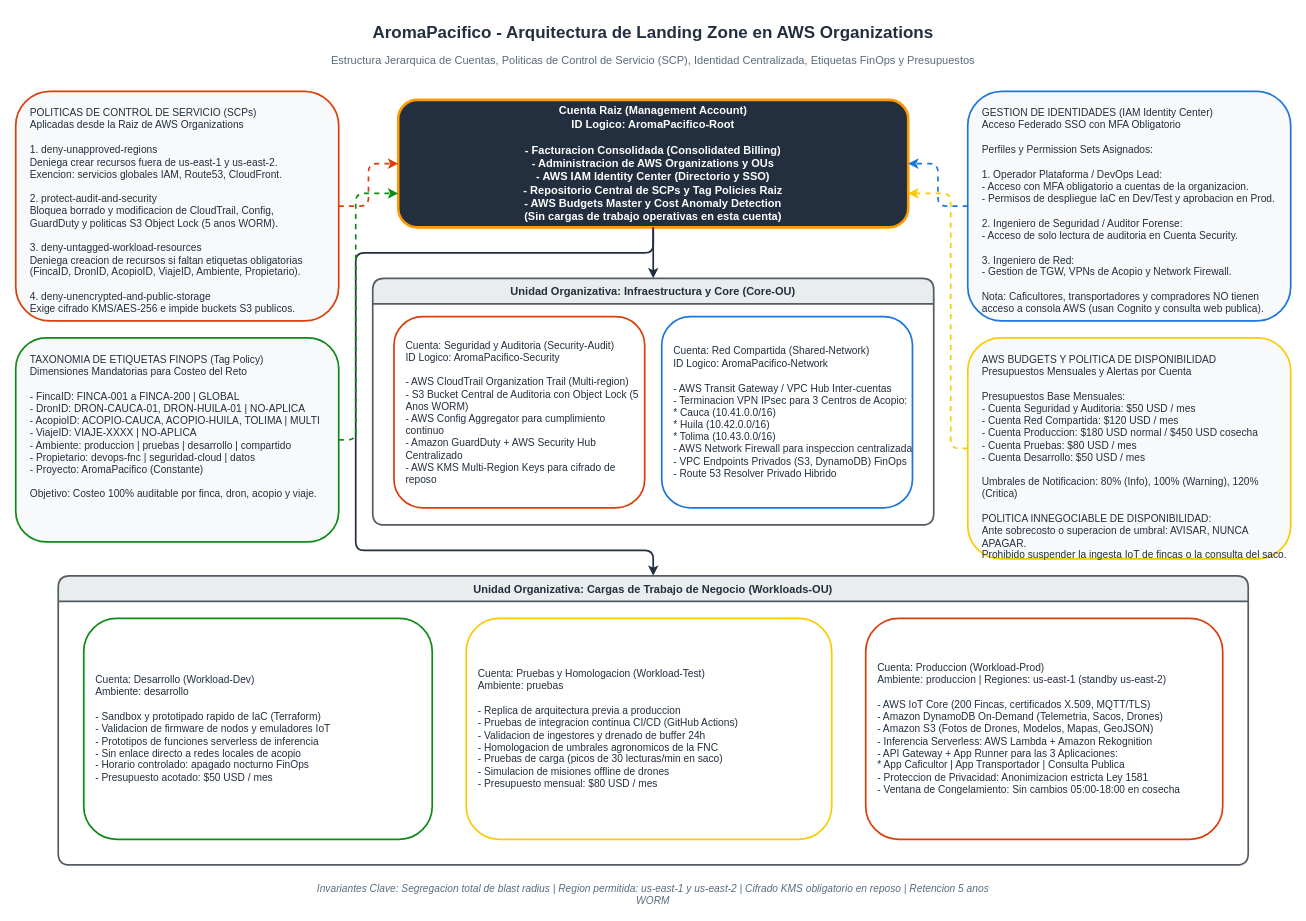
Earlier version of the draw.io diagram docs/architecture/diagrams/gobierno-landing-zone.drawio (aromapacifico-platform/planning). Source tidied: cells renumbered, new cells numbered last; positions are measured from the earlier drawing's top-left corner, leaving out a move shared by most shapes. Both pictures are drawn from the tidied source at 85%, with x=0, y=0 at pixel (15, 14).
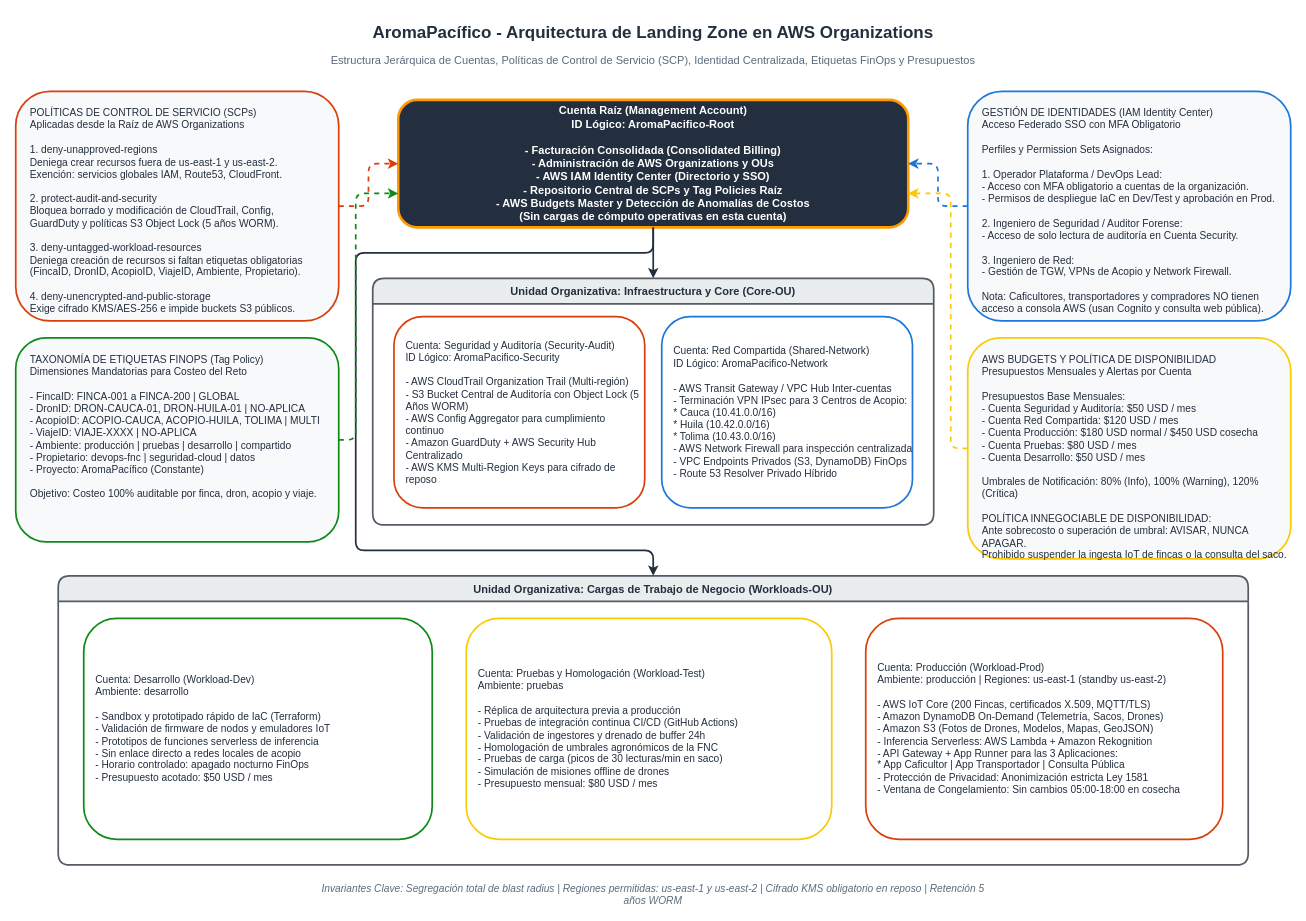
The same page after the edit.

Commit message (it also covers changes not shown here):
docs(architecture): fix orthography and accents in landing zone docs

The change refers to these unchanged cells:
```xml
<mxCell id="9" value="Unidad Organizativa: Infraestructura y Core (Core-OU)" style="swimlane;startSize=30;horizontal=1;fillColor=#EAEDED;strokeColor=#545B64;strokeWidth=2;rounded=1;fontSize=13;fontStyle=1;fontColor=#232F3E;" parent="1" vertex="1">
  <mxGeometry x="420" y="310" width="660" height="290" as="geometry" />
</mxCell>
<mxCell id="12" value="Unidad Organizativa: Cargas de Trabajo de Negocio (Workloads-OU)" style="swimlane;startSize=30;horizontal=1;fillColor=#EAEDED;strokeColor=#545B64;strokeWidth=2;rounded=1;fontSize=13;fontStyle=1;fontColor=#232F3E;" parent="1" vertex="1">
  <mxGeometry x="50" y="660" width="1400" height="340" as="geometry" />
</mxCell>
```

What changed in the source:
```diff
@@
-    <mxCell id="2" value="AromaPacifico - Arquitectura de Landing Zone en AWS Organizations" style="text;html=1;strokeColor=none;fillColor=none;align=center;verticalAlign=middle;whiteSpace=wrap;rounded=0;fontSize=20;fontStyle=1;fontColor=#232F3E;" parent="1" vertex="1">
+    <mxCell id="2" value="AromaPacífico - Arquitectura de Landing Zone en AWS Organizations" style="text;html=1;strokeColor=none;fillColor=none;align=center;verticalAlign=middle;whiteSpace=wrap;rounded=0;fontSize=20;fontStyle=1;fontColor=#232F3E;" parent="1" vertex="1">
       <mxGeometry x="300" width="900" height="40" as="geometry" />
     </mxCell>
-    <mxCell id="3" value="Estructura Jerarquica de Cuentas, Politicas de Control de Servicio (SCP), Identidad Centralizada, Etiquetas FinOps y Presupuestos" style="text;html=1;strokeColor=none;fillColor=none;align=center;verticalAlign=middle;whiteSpace=wrap;rounded=0;fontSize=13;fontStyle=0;fontColor=#5A6B7C;" parent="1" vertex="1">
+    <mxCell id="3" value="Estructura Jerárquica de Cuentas, Políticas de Control de Servicio (SCP), Identidad Centralizada, Etiquetas FinOps y Presupuestos" style="text;html=1;strokeColor=none;fillColor=none;align=center;verticalAlign=middle;whiteSpace=wrap;rounded=0;fontSize=13;fontStyle=0;fontColor=#5A6B7C;" parent="1" vertex="1">
       <mxGeometry x="300" y="40" width="900" height="25" as="geometry" />
     </mxCell>
-    <mxCell id="4" value="POLITICAS DE CONTROL DE SERVICIO (SCPs)&#10;Aplicadas desde la Raiz de AWS Organizations&#10;&#10;1. deny-unapproved-regions&#10;   Deniega crear recursos fuera de us-east-1 y us-east-2.&#10;   Exencion: servicios globales IAM, Route53, CloudFront.&#10;&#10;2. protect-audit-and-security&#10;   Bloquea borrado y modificacion de CloudTrail, Config,&#10;   GuardDuty y politicas S3 Object Lock (5 anos WORM).&#10;&#10;3. deny-untagged-workload-resources&#10;   Deniega creacion de recursos si faltan etiquetas obligatorias&#10;   (FincaID, DronID, AcopioID, ViajeID, Ambiente, Propietario).&#10;&#10;4. deny-unencrypted-and-public-storage&#10;   Exige cifrado KMS/AES-256 e impide buckets S3 publicos." style="rounded=1;whiteSpace=wrap;html=1;fillColor=#F8F9FA;strokeColor=#D93F0B;strokeWidth=2;align=left;verticalAlign=top;spacingLeft=15;spacingTop=12;fontSize=12;fontColor=#232F3E;" parent="1" vertex="1">
+    <mxCell id="4" value="POLÍTICAS DE CONTROL DE SERVICIO (SCPs)&#10;Aplicadas desde la Raíz de AWS Organizations&#10;&#10;1. deny-unapproved-regions&#10;   Deniega crear recursos fuera de us-east-1 y us-east-2.&#10;   Exención: servicios globales IAM, Route53, CloudFront.&#10;&#10;2. protect-audit-and-security&#10;   Bloquea borrado y modificación de CloudTrail, Config,&#10;   GuardDuty y políticas S3 Object Lock (5 años WORM).&#10;&#10;3. deny-untagged-workload-resources&#10;   Deniega creación de recursos si faltan etiquetas obligatorias&#10;   (FincaID, DronID, AcopioID, ViajeID, Ambiente, Propietario).&#10;&#10;4. deny-unencrypted-and-public-storage&#10;   Exige cifrado KMS/AES-256 e impide buckets S3 públicos." style="rounded=1;whiteSpace=wrap;html=1;fillColor=#F8F9FA;strokeColor=#D93F0B;strokeWidth=2;align=left;verticalAlign=top;spacingLeft=15;spacingTop=12;fontSize=12;fontColor=#232F3E;" parent="1" vertex="1">
       <mxGeometry y="90" width="380" height="270" as="geometry" />
     </mxCell>
-    <mxCell id="5" value="TAXONOMIA DE ETIQUETAS FINOPS (Tag Policy)&#10;Dimensiones Mandatorias para Costeo del Reto&#10;&#10;- FincaID: FINCA-001 a FINCA-200 | GLOBAL&#10;- DronID: DRON-CAUCA-01, DRON-HUILA-01 | NO-APLICA&#10;- AcopioID: ACOPIO-CAUCA, ACOPIO-HUILA, TOLIMA | MULTI&#10;- ViajeID: VIAJE-XXXX | NO-APLICA&#10;- Ambiente: produccion | pruebas | desarrollo | compartido&#10;- Propietario: devops-fnc | seguridad-cloud | datos&#10;- Proyecto: AromaPacifico (Constante)&#10;&#10;Objetivo: Costeo 100% auditable por finca, dron, acopio y viaje." style="rounded=1;whiteSpace=wrap;html=1;fillColor=#F8F9FA;strokeColor=#0E8A16;strokeWidth=2;align=left;verticalAlign=top;spacingLeft=15;spacingTop=12;fontSize=12;fontColor=#232F3E;" parent="1" vertex="1">
+    <mxCell id="5" value="TAXONOMÍA DE ETIQUETAS FINOPS (Tag Policy)&#10;Dimensiones Mandatorias para Costeo del Reto&#10;&#10;- FincaID: FINCA-001 a FINCA-200 | GLOBAL&#10;- DronID: DRON-CAUCA-01, DRON-HUILA-01 | NO-APLICA&#10;- AcopioID: ACOPIO-CAUCA, ACOPIO-HUILA, TOLIMA | MULTI&#10;- ViajeID: VIAJE-XXXX | NO-APLICA&#10;- Ambiente: producción | pruebas | desarrollo | compartido&#10;- Propietario: devops-fnc | seguridad-cloud | datos&#10;- Proyecto: AromaPacífico (Constante)&#10;&#10;Objetivo: Costeo 100% auditable por finca, dron, acopio y viaje." style="rounded=1;whiteSpace=wrap;html=1;fillColor=#F8F9FA;strokeColor=#0E8A16;strokeWidth=2;align=left;verticalAlign=top;spacingLeft=15;spacingTop=12;fontSize=12;fontColor=#232F3E;" parent="1" vertex="1">
       <mxGeometry y="380" width="380" height="240" as="geometry" />
     </mxCell>
-    <mxCell id="6" value="GESTION DE IDENTIDADES (IAM Identity Center)&#10;Acceso Federado SSO con MFA Obligatorio&#10;&#10;Perfiles y Permission Sets Asignados:&#10;&#10;1. Operador Plataforma / DevOps Lead:&#10;   - Acceso con MFA obligatorio a cuentas de la organizacion.&#10;   - Permisos de despliegue IaC en Dev/Test y aprobacion en Prod.&#10;&#10;2. Ingeniero de Seguridad / Auditor Forense:&#10;   - Acceso de solo lectura de auditoria en Cuenta Security.&#10;&#10;3. Ingeniero de Red:&#10;   - Gestion de TGW, VPNs de Acopio y Network Firewall.&#10;&#10;Nota: Caficultores, transportadores y compradores NO tienen&#10;acceso a consola AWS (usan Cognito y consulta web publica)." style="rounded=1;whiteSpace=wrap;html=1;fillColor=#F8F9FA;strokeColor=#1D76DB;strokeWidth=2;align=left;verticalAlign=top;spacingLeft=15;spacingTop=12;fontSize=12;fontColor=#232F3E;" parent="1" vertex="1">
+    <mxCell id="6" value="GESTIÓN DE IDENTIDADES (IAM Identity Center)&#10;Acceso Federado SSO con MFA Obligatorio&#10;&#10;Perfiles y Permission Sets Asignados:&#10;&#10;1. Operador Plataforma / DevOps Lead:&#10;   - Acceso con MFA obligatorio a cuentas de la organización.&#10;   - Permisos de despliegue IaC en Dev/Test y aprobación en Prod.&#10;&#10;2. Ingeniero de Seguridad / Auditor Forense:&#10;   - Acceso de solo lectura de auditoría en Cuenta Security.&#10;&#10;3. Ingeniero de Red:&#10;   - Gestión de TGW, VPNs de Acopio y Network Firewall.&#10;&#10;Nota: Caficultores, transportadores y compradores NO tienen&#10;acceso a consola AWS (usan Cognito y consulta web pública)." style="rounded=1;whiteSpace=wrap;html=1;fillColor=#F8F9FA;strokeColor=#1D76DB;strokeWidth=2;align=left;verticalAlign=top;spacingLeft=15;spacingTop=12;fontSize=12;fontColor=#232F3E;" parent="1" vertex="1">
       <mxGeometry x="1120" y="90" width="380" height="270" as="geometry" />
     </mxCell>
-    <mxCell id="7" value="AWS BUDGETS Y POLITICA DE DISPONIBILIDAD&#10;Presupuestos Mensuales y Alertas por Cuenta&#10;&#10;Presupuestos Base Mensuales:&#10;- Cuenta Seguridad y Auditoria: $50 USD / mes&#10;- Cuenta Red Compartida: $120 USD / mes&#10;- Cuenta Produccion: $180 USD normal / $450 USD cosecha&#10;- Cuenta Pruebas: $80 USD / mes&#10;- Cuenta Desarrollo: $50 USD / mes&#10;&#10;Umbrales de Notificacion: 80% (Info), 100% (Warning), 120% (Critica)&#10;&#10;POLITICA INNEGOCIABLE DE DISPONIBILIDAD:&#10;Ante sobrecosto o superacion de umbral: AVISAR, NUNCA APAGAR.&#10;Prohibido suspender la ingesta IoT de fincas o la consulta del saco." style="rounded=1;whiteSpace=wrap;html=1;fillColor=#F8F9FA;strokeColor=#FBCA04;strokeWidth=2;align=left;verticalAlign=top;spacingLeft=15;spacingTop=12;fontSize=12;fontColor=#232F3E;" parent="1" vertex="1">
+    <mxCell id="7" value="AWS BUDGETS Y POLÍTICA DE DISPONIBILIDAD&#10;Presupuestos Mensuales y Alertas por Cuenta&#10;&#10;Presupuestos Base Mensuales:&#10;- Cuenta Seguridad y Auditoría: $50 USD / mes&#10;- Cuenta Red Compartida: $120 USD / mes&#10;- Cuenta Producción: $180 USD normal / $450 USD cosecha&#10;- Cuenta Pruebas: $80 USD / mes&#10;- Cuenta Desarrollo: $50 USD / mes&#10;&#10;Umbrales de Notificación: 80% (Info), 100% (Warning), 120% (Crítica)&#10;&#10;POLÍTICA INNEGOCIABLE DE DISPONIBILIDAD:&#10;Ante sobrecosto o superación de umbral: AVISAR, NUNCA APAGAR.&#10;Prohibido suspender la ingesta IoT de fincas o la consulta del saco." style="rounded=1;whiteSpace=wrap;html=1;fillColor=#F8F9FA;strokeColor=#FBCA04;strokeWidth=2;align=left;verticalAlign=top;spacingLeft=15;spacingTop=12;fontSize=12;fontColor=#232F3E;" parent="1" vertex="1">
       <mxGeometry x="1120" y="380" width="380" height="260" as="geometry" />
     </mxCell>
-    <mxCell id="8" value="Cuenta Raiz (Management Account)&#10;ID Logico: AromaPacifico-Root&#10;&#10;- Facturacion Consolidada (Consolidated Billing)&#10;- Administracion de AWS Organizations y OUs&#10;- AWS IAM Identity Center (Directorio y SSO)&#10;- Repositorio Central de SCPs y Tag Policies Raiz&#10;- AWS Budgets Master y Cost Anomaly Detection&#10;(Sin cargas de trabajo operativas en esta cuenta)" style="rounded=1;whiteSpace=wrap;html=1;fillColor=#232F3E;strokeColor=#FF9900;strokeWidth=3;fontColor=#FFFFFF;fontSize=13;fontStyle=1;align=center;verticalAlign=middle;" parent="1" vertex="1">
+    <mxCell id="8" value="Cuenta Raíz (Management Account)&#10;ID Lógico: AromaPacifico-Root&#10;&#10;- Facturación Consolidada (Consolidated Billing)&#10;- Administración de AWS Organizations y OUs&#10;- AWS IAM Identity Center (Directorio y SSO)&#10;- Repositorio Central de SCPs y Tag Policies Raíz&#10;- AWS Budgets Master y Detección de Anomalías de Costos&#10;(Sin cargas de cómputo operativas en esta cuenta)" style="rounded=1;whiteSpace=wrap;html=1;fillColor=#232F3E;strokeColor=#FF9900;strokeWidth=3;fontColor=#FFFFFF;fontSize=13;fontStyle=1;align=center;verticalAlign=middle;" parent="1" vertex="1">
       <mxGeometry x="450" y="100" width="600" height="150" as="geometry" />
     </mxCell>
@@
-    <mxCell id="10" value="Cuenta: Seguridad y Auditoria (Security-Audit)&#10;ID Logico: AromaPacifico-Security&#10;&#10;- AWS CloudTrail Organization Trail (Multi-region)&#10;- S3 Bucket Central de Auditoria con Object Lock (5 Anos WORM)&#10;- AWS Config Aggregator para cumplimiento continuo&#10;- Amazon GuardDuty + AWS Security Hub Centralizado&#10;- AWS KMS Multi-Region Keys para cifrado de reposo" style="rounded=1;whiteSpace=wrap;html=1;fillColor=#FFFFFF;strokeColor=#D93F0B;strokeWidth=2;fontSize=12;align=left;spacingLeft=12;fontColor=#232F3E;" parent="9" vertex="1">
+    <mxCell id="10" value="Cuenta: Seguridad y Auditoría (Security-Audit)&#10;ID Lógico: AromaPacifico-Security&#10;&#10;- AWS CloudTrail Organization Trail (Multi-región)&#10;- S3 Bucket Central de Auditoría con Object Lock (5 Años WORM)&#10;- AWS Config Aggregator para cumplimiento continuo&#10;- Amazon GuardDuty + AWS Security Hub Centralizado&#10;- AWS KMS Multi-Region Keys para cifrado de reposo" style="rounded=1;whiteSpace=wrap;html=1;fillColor=#FFFFFF;strokeColor=#D93F0B;strokeWidth=2;fontSize=12;align=left;spacingLeft=12;fontColor=#232F3E;" parent="9" vertex="1">
       <mxGeometry x="25" y="45" width="295" height="225" as="geometry" />
     </mxCell>
-    <mxCell id="11" value="Cuenta: Red Compartida (Shared-Network)&#10;ID Logico: AromaPacifico-Network&#10;&#10;- AWS Transit Gateway / VPC Hub Inter-cuentas&#10;- Terminacion VPN IPsec para 3 Centros de Acopio:&#10;  * Cauca (10.41.0.0/16)&#10;  * Huila (10.42.0.0/16)&#10;  * Tolima (10.43.0.0/16)&#10;- AWS Network Firewall para inspeccion centralizada&#10;- VPC Endpoints Privados (S3, DynamoDB) FinOps&#10;- Route 53 Resolver Privado Hibrido" style="rounded=1;whiteSpace=wrap;html=1;fillColor=#FFFFFF;strokeColor=#1D76DB;strokeWidth=2;fontSize=12;align=left;spacingLeft=12;fontColor=#232F3E;" parent="9" vertex="1">
+    <mxCell id="11" value="Cuenta: Red Compartida (Shared-Network)&#10;ID Lógico: AromaPacifico-Network&#10;&#10;- AWS Transit Gateway / VPC Hub Inter-cuentas&#10;- Terminación VPN IPsec para 3 Centros de Acopio:&#10;  * Cauca (10.41.0.0/16)&#10;  * Huila (10.42.0.0/16)&#10;  * Tolima (10.43.0.0/16)&#10;- AWS Network Firewall para inspección centralizada&#10;- VPC Endpoints Privados (S3, DynamoDB) FinOps&#10;- Route 53 Resolver Privado Híbrido" style="rounded=1;whiteSpace=wrap;html=1;fillColor=#FFFFFF;strokeColor=#1D76DB;strokeWidth=2;fontSize=12;align=left;spacingLeft=12;fontColor=#232F3E;" parent="9" vertex="1">
       <mxGeometry x="340" y="45" width="295" height="225" as="geometry" />
     </mxCell>
@@
-    <mxCell id="13" value="Cuenta: Desarrollo (Workload-Dev)&#10;Ambiente: desarrollo&#10;&#10;- Sandbox y prototipado rapido de IaC (Terraform)&#10;- Validacion de firmware de nodos y emuladores IoT&#10;- Prototipos de funciones serverless de inferencia&#10;- Sin enlace directo a redes locales de acopio&#10;- Horario controlado: apagado nocturno FinOps&#10;- Presupuesto acotado: $50 USD / mes" style="rounded=1;whiteSpace=wrap;html=1;fillColor=#FFFFFF;strokeColor=#0E8A16;strokeWidth=2;fontSize=12;align=left;spacingLeft=12;fontColor=#232F3E;" parent="12" vertex="1">
+    <mxCell id="13" value="Cuenta: Desarrollo (Workload-Dev)&#10;Ambiente: desarrollo&#10;&#10;- Sandbox y prototipado rápido de IaC (Terraform)&#10;- Validación de firmware de nodos y emuladores IoT&#10;- Prototipos de funciones serverless de inferencia&#10;- Sin enlace directo a redes locales de acopio&#10;- Horario controlado: apagado nocturno FinOps&#10;- Presupuesto acotado: $50 USD / mes" style="rounded=1;whiteSpace=wrap;html=1;fillColor=#FFFFFF;strokeColor=#0E8A16;strokeWidth=2;fontSize=12;align=left;spacingLeft=12;fontColor=#232F3E;" parent="12" vertex="1">
       <mxGeometry x="30" y="50" width="410" height="260" as="geometry" />
     </mxCell>
-    <mxCell id="14" value="Cuenta: Pruebas y Homologacion (Workload-Test)&#10;Ambiente: pruebas&#10;&#10;- Replica de arquitectura previa a produccion&#10;- Pruebas de integracion continua CI/CD (GitHub Actions)&#10;- Validacion de ingestores y drenado de buffer 24h&#10;- Homologacion de umbrales agronomicos de la FNC&#10;- Pruebas de carga (picos de 30 lecturas/min en saco)&#10;- Simulacion de misiones offline de drones&#10;- Presupuesto mensual: $80 USD / mes" style="rounded=1;whiteSpace=wrap;html=1;fillColor=#FFFFFF;strokeColor=#FBCA04;strokeWidth=2;fontSize=12;align=left;spacingLeft=12;fontColor=#232F3E;" parent="12" vertex="1">
+    <mxCell id="14" value="Cuenta: Pruebas y Homologación (Workload-Test)&#10;Ambiente: pruebas&#10;&#10;- Réplica de arquitectura previa a producción&#10;- Pruebas de integración continua CI/CD (GitHub Actions)&#10;- Validación de ingestores y drenado de buffer 24h&#10;- Homologación de umbrales agronómicos de la FNC&#10;- Pruebas de carga (picos de 30 lecturas/min en saco)&#10;- Simulación de misiones offline de drones&#10;- Presupuesto mensual: $80 USD / mes" style="rounded=1;whiteSpace=wrap;html=1;fillColor=#FFFFFF;strokeColor=#FBCA04;strokeWidth=2;fontSize=12;align=left;spacingLeft=12;fontColor=#232F3E;" parent="12" vertex="1">
       <mxGeometry x="480" y="50" width="430" height="260" as="geometry" />
     </mxCell>
-    <mxCell id="15" value="Cuenta: Produccion (Workload-Prod)&#10;Ambiente: produccion | Regiones: us-east-1 (standby us-east-2)&#10;&#10;- AWS IoT Core (200 Fincas, certificados X.509, MQTT/TLS)&#10;- Amazon DynamoDB On-Demand (Telemetria, Sacos, Drones)&#10;- Amazon S3 (Fotos de Drones, Modelos, Mapas, GeoJSON)&#10;- Inferencia Serverless: AWS Lambda + Amazon Rekognition&#10;- API Gateway + App Runner para las 3 Aplicaciones:&#10;  * App Caficultor | App Transportador | Consulta Publica&#10;- Proteccion de Privacidad: Anonimizacion estricta Ley 1581&#10;- Ventana de Congelamiento: Sin cambios 05:00-18:00 en cosecha" style="rounded=1;whiteSpace=wrap;html=1;fillColor=#FFFFFF;strokeColor=#D93F0B;strokeWidth=2;fontSize=12;align=left;spacingLeft=12;fontColor=#232F3E;" parent="12" vertex="1">
+    <mxCell id="15" value="Cuenta: Producción (Workload-Prod)&#10;Ambiente: producción | Regiones: us-east-1 (standby us-east-2)&#10;&#10;- AWS IoT Core (200 Fincas, certificados X.509, MQTT/TLS)&#10;- Amazon DynamoDB On-Demand (Telemetría, Sacos, Drones)&#10;- Amazon S3 (Fotos de Drones, Modelos, Mapas, GeoJSON)&#10;- Inferencia Serverless: AWS Lambda + Amazon Rekognition&#10;- API Gateway + App Runner para las 3 Aplicaciones:&#10;  * App Caficultor | App Transportador | Consulta Pública&#10;- Protección de Privacidad: Anonimización estricta Ley 1581&#10;- Ventana de Congelamiento: Sin cambios 05:00-18:00 en cosecha" style="rounded=1;whiteSpace=wrap;html=1;fillColor=#FFFFFF;strokeColor=#D93F0B;strokeWidth=2;fontSize=12;align=left;spacingLeft=12;fontColor=#232F3E;" parent="12" vertex="1">
       <mxGeometry x="950" y="50" width="420" height="260" as="geometry" />
     </mxCell>
@@
-    <mxCell id="22" value="Invariantes Clave: Segregacion total de blast radius | Region permitida: us-east-1 y us-east-2 | Cifrado KMS obligatorio en reposo | Retencion 5 anos WORM" style="text;html=1;strokeColor=none;fillColor=none;align=center;verticalAlign=middle;whiteSpace=wrap;rounded=0;fontSize=12;fontStyle=2;fontColor=#5A6B7C;" parent="1" vertex="1">
+    <mxCell id="22" value="Invariantes Clave: Segregación total de blast radius | Regiones permitidas: us-east-1 y us-east-2 | Cifrado KMS obligatorio en reposo | Retención 5 años WORM" style="text;html=1;strokeColor=none;fillColor=none;align=center;verticalAlign=middle;whiteSpace=wrap;rounded=0;fontSize=12;fontStyle=2;fontColor=#5A6B7C;" parent="1" vertex="1">
       <mxGeometry x="350" y="1020" width="800" height="30" as="geometry" />
     </mxCell>
```
